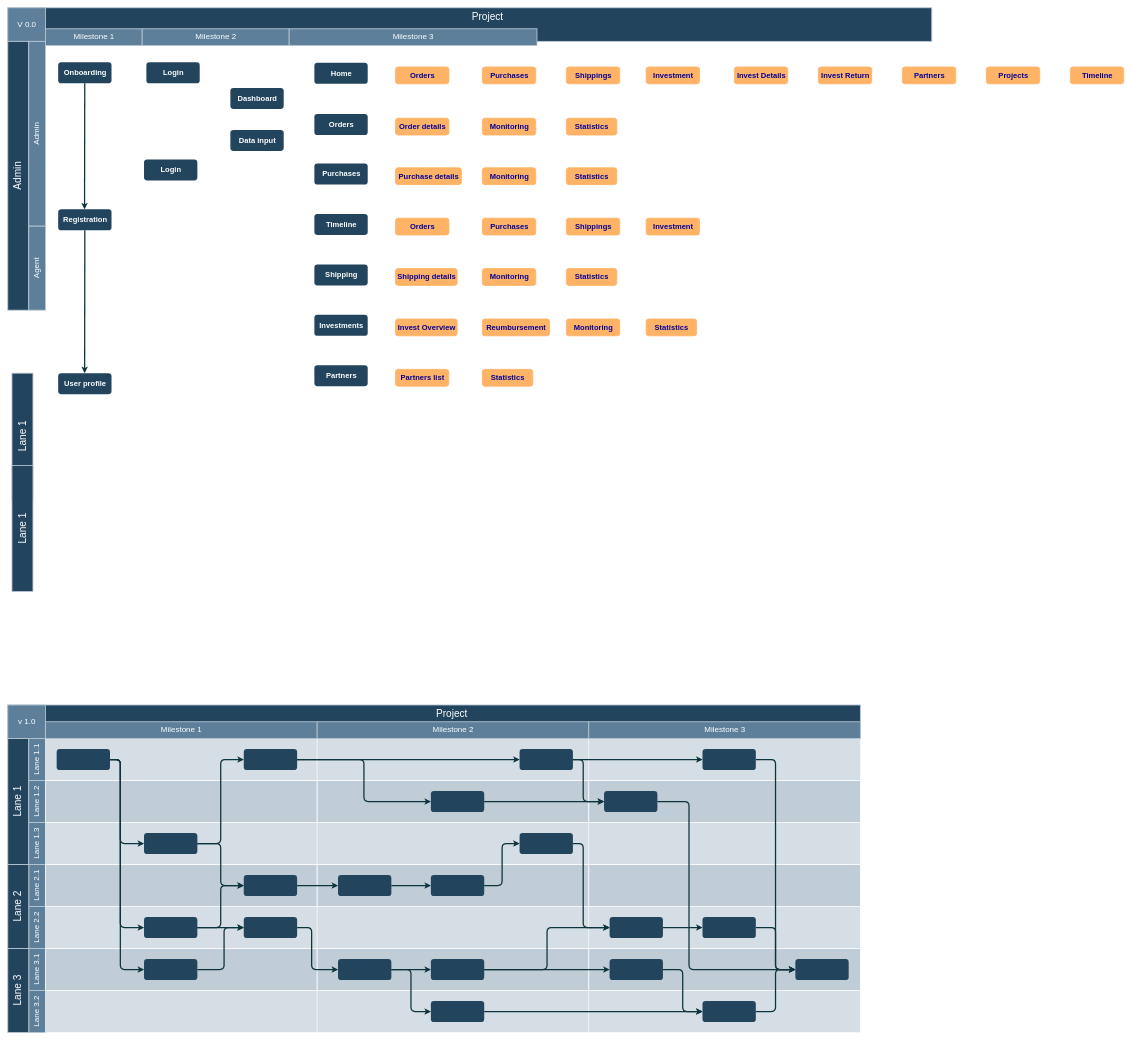
Girmu/Girmu-1 keeps this draw.io diagram as Untitled Diagram.drawio. Above is the earlier version. Source tidied: cells renumbered, new cells numbered last; positions are measured from the earlier drawing's top-left corner, leaving out a move shared by most shapes. Both pictures are drawn from the tidied source at 42%, with x=0, y=0 at pixel (8, 8).
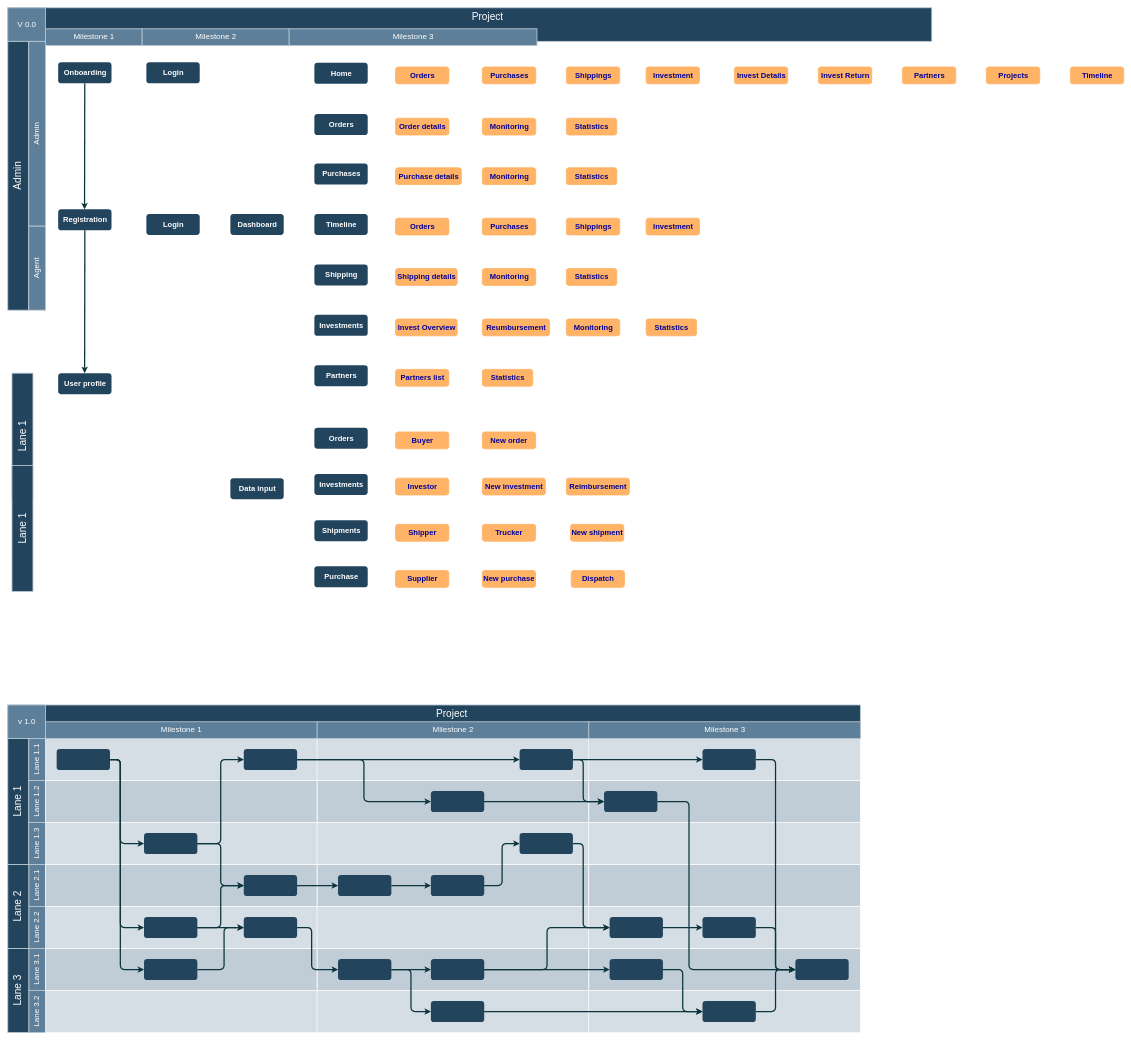
The same page after the edit.

Commit message:
App flow

What changed in the source:
```diff
@@
     <mxCell id="107" value="&lt;font color=&quot;#ffffff&quot; size=&quot;1&quot;&gt;&lt;b style=&quot;font-size: 18px&quot;&gt;Login&lt;/b&gt;&lt;/font&gt;" style="rounded=1;fillColor=#23445D;strokeColor=none;strokeWidth=2;gradientColor=none;fontFamily=Helvetica;html=1;" parent="1" vertex="1">
-      <mxGeometry x="324.4" y="361" width="127" height="50" as="geometry" />
+      <mxGeometry x="330" y="491" width="127" height="50" as="geometry" />
     </mxCell>
     <mxCell id="108" value="&lt;font color=&quot;#ffffff&quot; size=&quot;1&quot;&gt;&lt;b style=&quot;font-size: 18px&quot;&gt;Dashboard&lt;/b&gt;&lt;/font&gt;" style="rounded=1;fillColor=#23445D;strokeColor=none;strokeWidth=2;gradientColor=none;fontFamily=Helvetica;html=1;" parent="1" vertex="1">
-      <mxGeometry x="530" y="191" width="127" height="50" as="geometry" />
+      <mxGeometry x="530" y="491" width="127" height="50" as="geometry" />
     </mxCell>
     <mxCell id="109" value="&lt;font color=&quot;#ffffff&quot; size=&quot;1&quot;&gt;&lt;b style=&quot;font-size: 18px&quot;&gt;Data input&lt;/b&gt;&lt;/font&gt;" style="rounded=1;fillColor=#23445D;strokeColor=none;strokeWidth=2;gradientColor=none;fontFamily=Helvetica;html=1;" parent="1" vertex="1">
-      <mxGeometry x="530" y="291" width="127" height="50" as="geometry" />
+      <mxGeometry x="530" y="1120" width="127" height="50" as="geometry" />
     </mxCell>
@@
+    <mxCell id="145" value="&lt;font color=&quot;#ffffff&quot; size=&quot;1&quot;&gt;&lt;b style=&quot;font-size: 18px&quot;&gt;Orders&lt;/b&gt;&lt;/font&gt;" style="rounded=1;fillColor=#23445D;strokeColor=none;strokeWidth=2;gradientColor=none;fontFamily=Helvetica;html=1;" parent="1" vertex="1">
+      <mxGeometry x="730" y="1000" width="127" height="50" as="geometry" />
+    </mxCell>
+    <mxCell id="146" value="&lt;font color=&quot;#ffffff&quot; size=&quot;1&quot;&gt;&lt;b style=&quot;font-size: 18px&quot;&gt;Investments&lt;/b&gt;&lt;/font&gt;" style="rounded=1;fillColor=#23445D;strokeColor=none;strokeWidth=2;gradientColor=none;fontFamily=Helvetica;html=1;" parent="1" vertex="1">
+      <mxGeometry x="730" y="1110" width="127" height="50" as="geometry" />
+    </mxCell>
+    <mxCell id="147" value="&lt;font size=&quot;1&quot;&gt;&lt;span style=&quot;font-size: 18px&quot;&gt;Buyer&lt;/span&gt;&lt;/font&gt;" style="rounded=1;fillColor=#FFB366;strokeColor=#FFB366;strokeWidth=2;fontFamily=Helvetica;html=1;fontColor=#000099;fontStyle=1;" parent="1" vertex="1">
+      <mxGeometry x="923.3" y="1010" width="126.7" height="40" as="geometry" />
+    </mxCell>
+    <mxCell id="148" value="&lt;font size=&quot;1&quot;&gt;&lt;span style=&quot;font-size: 18px&quot;&gt;Investor&lt;/span&gt;&lt;/font&gt;" style="rounded=1;fillColor=#FFB366;strokeColor=#FFB366;strokeWidth=2;fontFamily=Helvetica;html=1;fontColor=#000099;fontStyle=1;" parent="1" vertex="1">
+      <mxGeometry x="923.3" y="1120" width="126.7" height="40" as="geometry" />
+    </mxCell>
+    <mxCell id="149" value="&lt;font size=&quot;1&quot;&gt;&lt;span style=&quot;font-size: 18px&quot;&gt;New investment&lt;/span&gt;&lt;/font&gt;" style="rounded=1;fillColor=#FFB366;strokeColor=#FFB366;strokeWidth=2;fontFamily=Helvetica;html=1;fontColor=#000099;fontStyle=1;" parent="1" vertex="1">
+      <mxGeometry x="1130" y="1120" width="150" height="40" as="geometry" />
+    </mxCell>
+    <mxCell id="150" value="&lt;font size=&quot;1&quot;&gt;&lt;span style=&quot;font-size: 18px&quot;&gt;Reimbursement&lt;/span&gt;&lt;/font&gt;" style="rounded=1;fillColor=#FFB366;strokeColor=#FFB366;strokeWidth=2;fontFamily=Helvetica;html=1;fontColor=#000099;fontStyle=1;" parent="1" vertex="1">
+      <mxGeometry x="1330" y="1120" width="150" height="40" as="geometry" />
+    </mxCell>
+    <mxCell id="151" value="&lt;font color=&quot;#ffffff&quot; size=&quot;1&quot;&gt;&lt;b style=&quot;font-size: 18px&quot;&gt;Shipments&lt;/b&gt;&lt;/font&gt;" style="rounded=1;fillColor=#23445D;strokeColor=none;strokeWidth=2;gradientColor=none;fontFamily=Helvetica;html=1;" parent="1" vertex="1">
+      <mxGeometry x="730" y="1220" width="127" height="50" as="geometry" />
+    </mxCell>
+    <mxCell id="152" value="&lt;span style=&quot;font-size: 18px&quot;&gt;Shipper&lt;/span&gt;" style="rounded=1;fillColor=#FFB366;strokeColor=#FFB366;strokeWidth=2;fontFamily=Helvetica;html=1;fontColor=#000099;fontStyle=1;" parent="1" vertex="1">
+      <mxGeometry x="923.5" y="1230" width="126.7" height="40" as="geometry" />
+    </mxCell>
+    <mxCell id="153" value="&lt;span style=&quot;font-size: 18px&quot;&gt;New shipment&lt;/span&gt;" style="rounded=1;fillColor=#FFB366;strokeColor=#FFB366;strokeWidth=2;fontFamily=Helvetica;html=1;fontColor=#000099;fontStyle=1;" parent="1" vertex="1">
+      <mxGeometry x="1340" y="1230" width="126.7" height="40" as="geometry" />
+    </mxCell>
+    <mxCell id="154" value="&lt;font color=&quot;#ffffff&quot; size=&quot;1&quot;&gt;&lt;b style=&quot;font-size: 18px&quot;&gt;Purchase&lt;/b&gt;&lt;/font&gt;" style="rounded=1;fillColor=#23445D;strokeColor=none;strokeWidth=2;gradientColor=none;fontFamily=Helvetica;html=1;" parent="1" vertex="1">
+      <mxGeometry x="730" y="1330" width="127" height="50" as="geometry" />
+    </mxCell>
+    <mxCell id="155" value="&lt;span style=&quot;font-size: 18px&quot;&gt;Trucker&lt;/span&gt;" style="rounded=1;fillColor=#FFB366;strokeColor=#FFB366;strokeWidth=2;fontFamily=Helvetica;html=1;fontColor=#000099;fontStyle=1;" parent="1" vertex="1">
+      <mxGeometry x="1130" y="1230" width="126.7" height="40" as="geometry" />
+    </mxCell>
+    <mxCell id="156" value="&lt;span style=&quot;font-size: 18px&quot;&gt;New purchase&lt;/span&gt;" style="rounded=1;fillColor=#FFB366;strokeColor=#FFB366;strokeWidth=2;fontFamily=Helvetica;html=1;fontColor=#000099;fontStyle=1;" parent="1" vertex="1">
+      <mxGeometry x="1130" y="1340" width="126.7" height="40" as="geometry" />
+    </mxCell>
+    <mxCell id="157" value="&lt;span style=&quot;font-size: 18px&quot;&gt;Supplier&lt;/span&gt;" style="rounded=1;fillColor=#FFB366;strokeColor=#FFB366;strokeWidth=2;fontFamily=Helvetica;html=1;fontColor=#000099;fontStyle=1;" parent="1" vertex="1">
+      <mxGeometry x="923.3" y="1340" width="126.7" height="40" as="geometry" />
+    </mxCell>
+    <mxCell id="158" value="&lt;span style=&quot;font-size: 18px&quot;&gt;Dispatch&lt;/span&gt;" style="rounded=1;fillColor=#FFB366;strokeColor=#FFB366;strokeWidth=2;fontFamily=Helvetica;html=1;fontColor=#000099;fontStyle=1;" parent="1" vertex="1">
+      <mxGeometry x="1341.6" y="1340" width="126.7" height="40" as="geometry" />
+    </mxCell>
+    <mxCell id="159" value="&lt;font size=&quot;1&quot;&gt;&lt;span style=&quot;font-size: 18px&quot;&gt;New order&lt;/span&gt;&lt;/font&gt;" style="rounded=1;fillColor=#FFB366;strokeColor=#FFB366;strokeWidth=2;fontFamily=Helvetica;html=1;fontColor=#000099;fontStyle=1;" parent="1" vertex="1">
+      <mxGeometry x="1130" y="1010" width="126.7" height="40" as="geometry" />
+    </mxCell>
```
